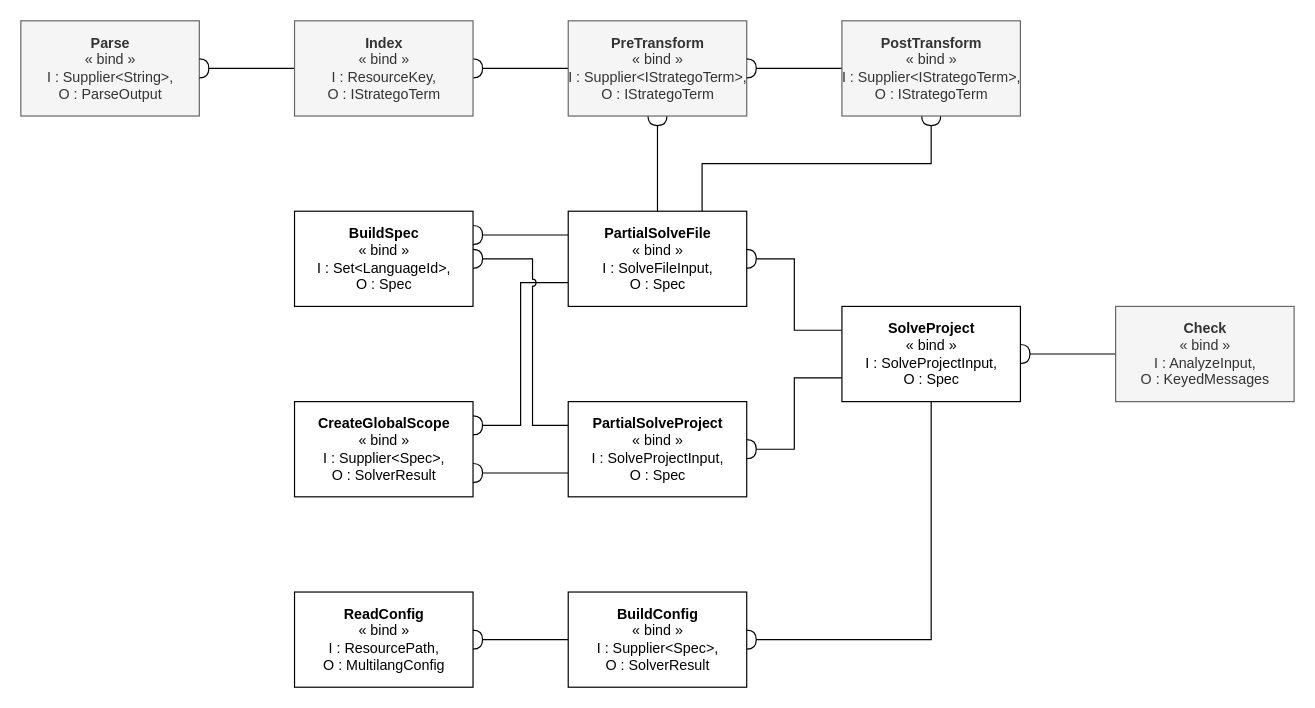
The draw.io diagram page "MLA Task Hierarchy" (16 of 19) of Spoofax3 Diagrams.drawio in AZWN/Spoofax-pie-diagrams, before the edit. Source tidied: cells renumbered, new cells numbered last; positions are measured from the earlier drawing's top-left corner, leaving out a move shared by most shapes. Both pictures are drawn from the tidied source at 119%, with x=0, y=0 at pixel (20, 20).
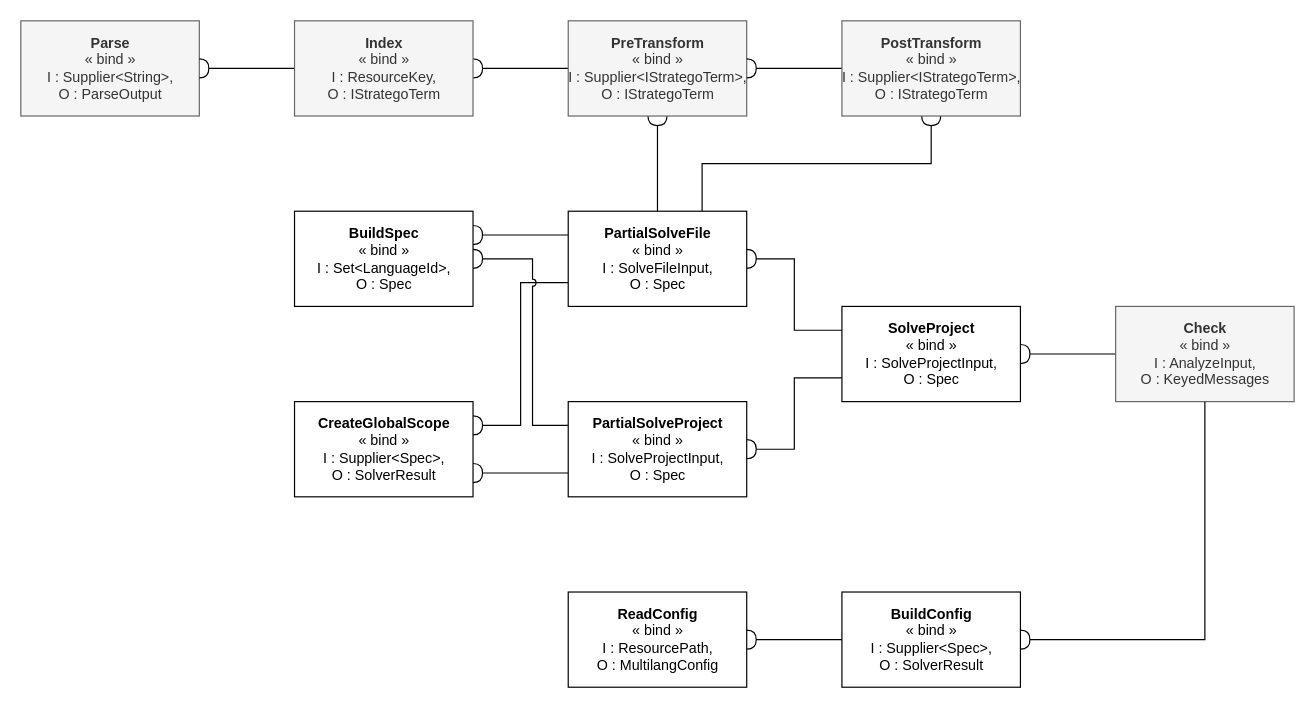
After the change.

Unchanged cells that the change refers to:
```xml
<mxCell id="3" value="&lt;b&gt;Check&lt;/b&gt;&lt;br&gt;« bind »&lt;br&gt;I : AnalyzeInput, &lt;br&gt;O : KeyedMessages" style="html=1;fillColor=#f5f5f5;strokeColor=#666666;fontColor=#333333;" parent="1" vertex="1">
  <mxGeometry x="920" y="240" width="150" height="80" as="geometry" />
</mxCell>
<mxCell id="17" value="&lt;b&gt;SolveProject&lt;/b&gt;&lt;br&gt;« bind »&lt;br&gt;I : SolveProjectInput, &lt;br&gt;O : Spec" style="html=1;" parent="1" vertex="1">
  <mxGeometry x="690" y="240" width="150" height="80" as="geometry" />
</mxCell>
```

What changed in the source:
```diff
@@
-    <mxCell id="16" style="edgeStyle=orthogonalEdgeStyle;rounded=0;jumpStyle=arc;jettySize=auto;html=1;exitX=0.5;exitY=1;exitDx=0;exitDy=0;entryX=1;entryY=0.5;entryDx=0;entryDy=0;startArrow=none;startFill=0;endArrow=halfCircle;endFill=0;" parent="1" edge="1" source="17" target="20">
+    <mxCell id="16" style="edgeStyle=orthogonalEdgeStyle;rounded=0;jumpStyle=arc;jettySize=auto;html=1;exitX=0.5;exitY=1;exitDx=0;exitDy=0;entryX=1;entryY=0.5;entryDx=0;entryDy=0;startArrow=none;startFill=0;endArrow=halfCircle;endFill=0;" parent="1" edge="1" source="3" target="20">
       <mxGeometry relative="1" as="geometry" />
     </mxCell>
@@
     <mxCell id="18" value="&lt;b&gt;ReadConfig&lt;/b&gt;&lt;br&gt;« bind »&lt;br&gt;I : ResourcePath, &lt;br&gt;O : MultilangConfig" style="html=1;" parent="1" vertex="1">
-      <mxGeometry x="230" y="480" width="150" height="80" as="geometry" />
+      <mxGeometry x="460" y="480" width="150" height="80" as="geometry" />
     </mxCell>
@@
     <mxCell id="20" value="&lt;b&gt;BuildConfig&lt;/b&gt;&lt;br&gt;« bind »&lt;br&gt;I : Supplier&amp;lt;Spec&amp;gt;, &lt;br&gt;O : SolverResult" style="html=1;" parent="1" vertex="1">
-      <mxGeometry x="460" y="480" width="150" height="80" as="geometry" />
+      <mxGeometry x="690" y="480" width="150" height="80" as="geometry" />
     </mxCell>
```
